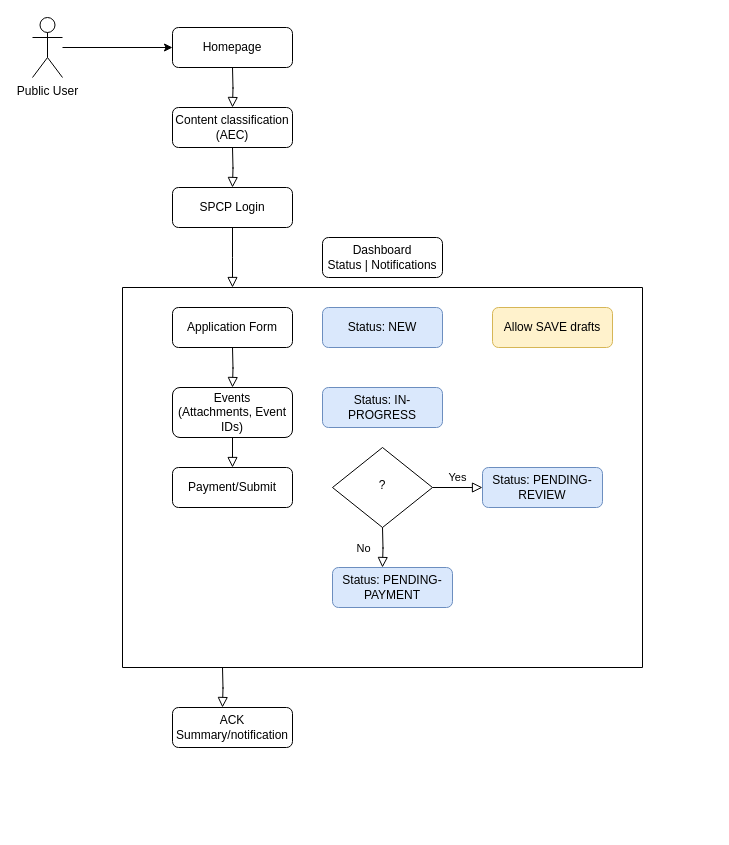
Earlier version of the draw.io diagram iris-front-end-flow.drawio (RachelGnanaraj/app.diagrams). Source tidied: cells renumbered, new cells numbered last; positions are measured from the earlier drawing's top-left corner, leaving out a move shared by most shapes. Both pictures are drawn from the tidied source at 100%, with x=0, y=0 at pixel (32, 17).
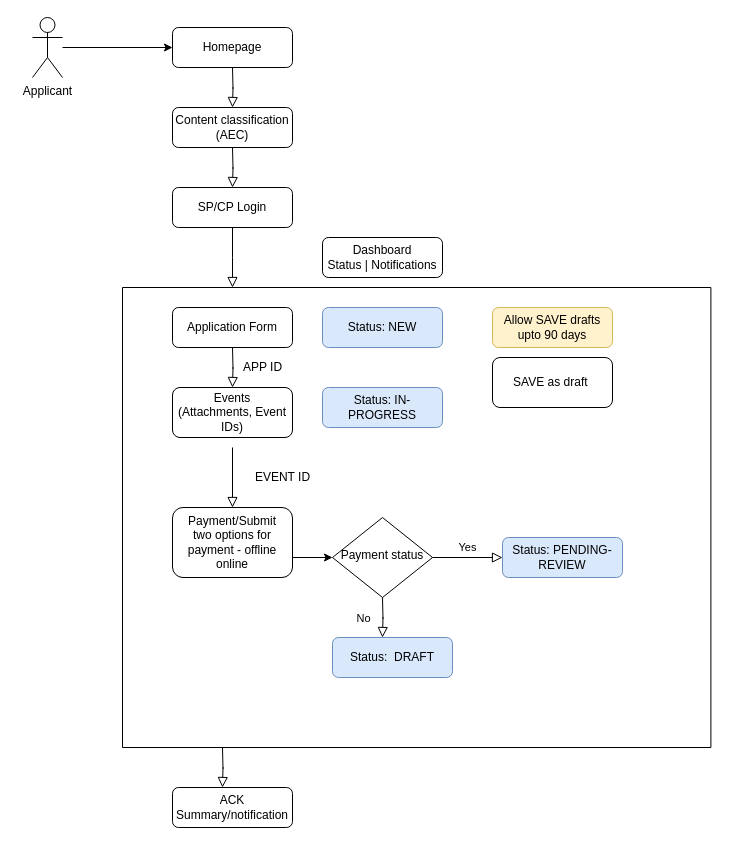
The same page after the edit.

The edit, as a diff of the source:
```diff
@@
-    <mxCell id="2" value="SPCP Login" style="rounded=1;whiteSpace=wrap;html=1;fontSize=12;glass=0;strokeWidth=1;shadow=0;" parent="1" vertex="1">
+    <mxCell id="2" value="SP/CP Login" style="rounded=1;whiteSpace=wrap;html=1;fontSize=12;glass=0;strokeWidth=1;shadow=0;" parent="1" vertex="1">
       <mxGeometry x="140" y="170" width="120" height="40" as="geometry" />
     </mxCell>
@@
-    <mxCell id="6" value="Public User&lt;br&gt;" style="shape=umlActor;verticalLabelPosition=bottom;verticalAlign=top;html=1;" parent="1" vertex="1">
+    <mxCell id="6" value="Applicant" style="shape=umlActor;verticalLabelPosition=bottom;verticalAlign=top;html=1;" parent="1" vertex="1">
       <mxGeometry width="30" height="60" as="geometry" />
     </mxCell>
@@
-    <mxCell id="11" value="Application Form" style="rounded=1;whiteSpace=wrap;html=1;fontSize=12;glass=0;strokeWidth=1;shadow=0;" parent="1" vertex="1">
+    <mxCell id="11" value="Application Form&lt;br&gt;" style="rounded=1;whiteSpace=wrap;html=1;fontSize=12;glass=0;strokeWidth=1;shadow=0;" parent="1" vertex="1">
       <mxGeometry x="140" y="290" width="120" height="40" as="geometry" />
     </mxCell>
@@
-    <mxCell id="13" value="Payment/Submit" style="rounded=1;whiteSpace=wrap;html=1;fontSize=12;glass=0;strokeWidth=1;shadow=0;" parent="1" vertex="1">
-      <mxGeometry x="140" y="450" width="120" height="40" as="geometry" />
+    <mxCell id="13" value="Payment/Submit&lt;br&gt;two options for payment - offline online" style="rounded=1;whiteSpace=wrap;html=1;fontSize=12;glass=0;strokeWidth=1;shadow=0;" parent="1" vertex="1">
+      <mxGeometry x="140" y="490" width="120" height="70" as="geometry" />
     </mxCell>
@@
-    <mxCell id="15" value="?" style="rhombus;whiteSpace=wrap;html=1;shadow=0;fontFamily=Helvetica;fontSize=12;align=center;strokeWidth=1;spacing=6;spacingTop=-4;" parent="1" vertex="1">
-      <mxGeometry x="300" y="430" width="100" height="80" as="geometry" />
+    <mxCell id="15" value="Payment status" style="rhombus;whiteSpace=wrap;html=1;shadow=0;fontFamily=Helvetica;fontSize=12;align=center;strokeWidth=1;spacing=6;spacingTop=-4;" parent="1" vertex="1">
+      <mxGeometry x="300" y="500" width="100" height="80" as="geometry" />
     </mxCell>
     <mxCell id="16" value="Status: PENDING-REVIEW" style="rounded=1;whiteSpace=wrap;html=1;fontSize=12;glass=0;strokeWidth=1;shadow=0;fillColor=#dae8fc;strokeColor=#6c8ebf;" parent="1" vertex="1">
-      <mxGeometry x="450" y="450" width="120" height="40" as="geometry" />
+      <mxGeometry x="470" y="520" width="120" height="40" as="geometry" />
     </mxCell>
-    <mxCell id="17" value="Status: PENDING-PAYMENT" style="rounded=1;whiteSpace=wrap;html=1;fontSize=12;glass=0;strokeWidth=1;shadow=0;fillColor=#dae8fc;strokeColor=#6c8ebf;" parent="1" vertex="1">
-      <mxGeometry x="300" y="550" width="120" height="40" as="geometry" />
+    <mxCell id="17" value="Status:&amp;nbsp; DRAFT" style="rounded=1;whiteSpace=wrap;html=1;fontSize=12;glass=0;strokeWidth=1;shadow=0;fillColor=#dae8fc;strokeColor=#6c8ebf;" parent="1" vertex="1">
+      <mxGeometry x="300" y="620" width="120" height="40" as="geometry" />
     </mxCell>
     <mxCell id="18" value="No" style="rounded=0;html=1;jettySize=auto;orthogonalLoop=1;fontSize=11;endArrow=block;endFill=0;endSize=8;strokeWidth=1;shadow=0;labelBackgroundColor=none;edgeStyle=orthogonalEdgeStyle;" parent="1" edge="1">
       <mxGeometry y="20" relative="1" as="geometry">
-        <mxPoint x="350" y="510" as="sourcePoint" />
-        <mxPoint x="350" y="550" as="targetPoint" />
+        <mxPoint x="350" y="580" as="sourcePoint" />
+        <mxPoint x="350" y="620" as="targetPoint" />
       </mxGeometry>
     </mxCell>
@@
     <mxCell id="21" value="ACK&lt;br&gt;Summary/notification" style="rounded=1;whiteSpace=wrap;html=1;fontSize=12;glass=0;strokeWidth=1;shadow=0;" parent="1" vertex="1">
-      <mxGeometry x="140" y="690" width="120" height="40" as="geometry" />
+      <mxGeometry x="140" y="770" width="120" height="40" as="geometry" />
     </mxCell>
     <mxCell id="22" style="swimlane;startSize=0;" parent="1" vertex="1">
-      <mxGeometry x="90" y="270" width="520" height="380" as="geometry" />
+      <mxGeometry x="90" y="270" width="588.4" height="460" as="geometry" />
     </mxCell>
@@
     <mxCell id="24" style="rounded=0;html=1;jettySize=auto;orthogonalLoop=1;fontSize=11;endArrow=block;endFill=0;endSize=8;strokeWidth=1;shadow=0;labelBackgroundColor=none;edgeStyle=orthogonalEdgeStyle;" parent="1" edge="1">
       <mxGeometry relative="1" as="geometry">
-        <mxPoint x="190" y="650" as="sourcePoint" />
-        <mxPoint x="190" y="690" as="targetPoint" />
+        <mxPoint x="190" y="730" as="sourcePoint" />
+        <mxPoint x="190" y="770" as="targetPoint" />
       </mxGeometry>
     </mxCell>
@@
-    <mxCell id="27" style="rounded=0;html=1;jettySize=auto;orthogonalLoop=1;fontSize=11;endArrow=block;endFill=0;endSize=8;strokeWidth=1;shadow=0;labelBackgroundColor=none;edgeStyle=orthogonalEdgeStyle;" parent="1" edge="1">
-      <mxGeometry relative="1" as="geometry">
-        <mxPoint x="200" y="420" as="sourcePoint" />
-        <mxPoint x="200" y="450" as="targetPoint" />
-      </mxGeometry>
-    </mxCell>
-    <mxCell id="28" value="Allow SAVE drafts" style="rounded=1;whiteSpace=wrap;html=1;fontSize=12;glass=0;strokeWidth=1;shadow=0;fillColor=#fff2cc;strokeColor=#d6b656;" parent="1" vertex="1">
+    <mxCell id="28" value="Allow SAVE drafts&lt;br&gt;upto 90 days" style="rounded=1;whiteSpace=wrap;html=1;fontSize=12;glass=0;strokeWidth=1;shadow=0;fillColor=#fff2cc;strokeColor=#d6b656;" parent="1" vertex="1">
       <mxGeometry x="460" y="290" width="120" height="40" as="geometry" />
     </mxCell>
@@
+    <mxCell id="30" value="APP ID" style="text;html=1;align=center;verticalAlign=middle;strokeColor=none;fillColor=none;" parent="1" vertex="1">
+      <mxGeometry x="200" y="335" width="60" height="30" as="geometry" />
+    </mxCell>
+    <mxCell id="31" value="EVENT ID&lt;br&gt;" style="text;html=1;align=center;verticalAlign=middle;strokeColor=none;fillColor=none;" parent="1" vertex="1">
+      <mxGeometry x="210" y="445" width="80" height="30" as="geometry" />
+    </mxCell>
+    <mxCell id="32" style="endArrow=classic;html=1;rounded=0;entryX=0;entryY=0.5;entryDx=0;entryDy=0;" parent="1" edge="1" target="15">
+      <mxGeometry relative="1" as="geometry">
+        <mxPoint x="260" y="540" as="sourcePoint" />
+      </mxGeometry>
+    </mxCell>
+    <mxCell id="33" value="SAVE as draft&amp;nbsp;" style="rounded=1;whiteSpace=wrap;html=1;fontSize=12;glass=0;strokeWidth=1;shadow=0;" parent="1" vertex="1">
+      <mxGeometry x="460" y="340" width="120" height="50" as="geometry" />
+    </mxCell>
+    <mxCell id="34" style="rounded=0;html=1;jettySize=auto;orthogonalLoop=1;fontSize=11;endArrow=block;endFill=0;endSize=8;strokeWidth=1;shadow=0;labelBackgroundColor=none;edgeStyle=orthogonalEdgeStyle;exitX=0.5;exitY=1;exitDx=0;exitDy=0;" parent="1" edge="1">
+      <mxGeometry relative="1" as="geometry">
+        <mxPoint x="200" y="430" as="sourcePoint" />
+        <mxPoint x="200" y="490" as="targetPoint" />
+      </mxGeometry>
+    </mxCell>
```
